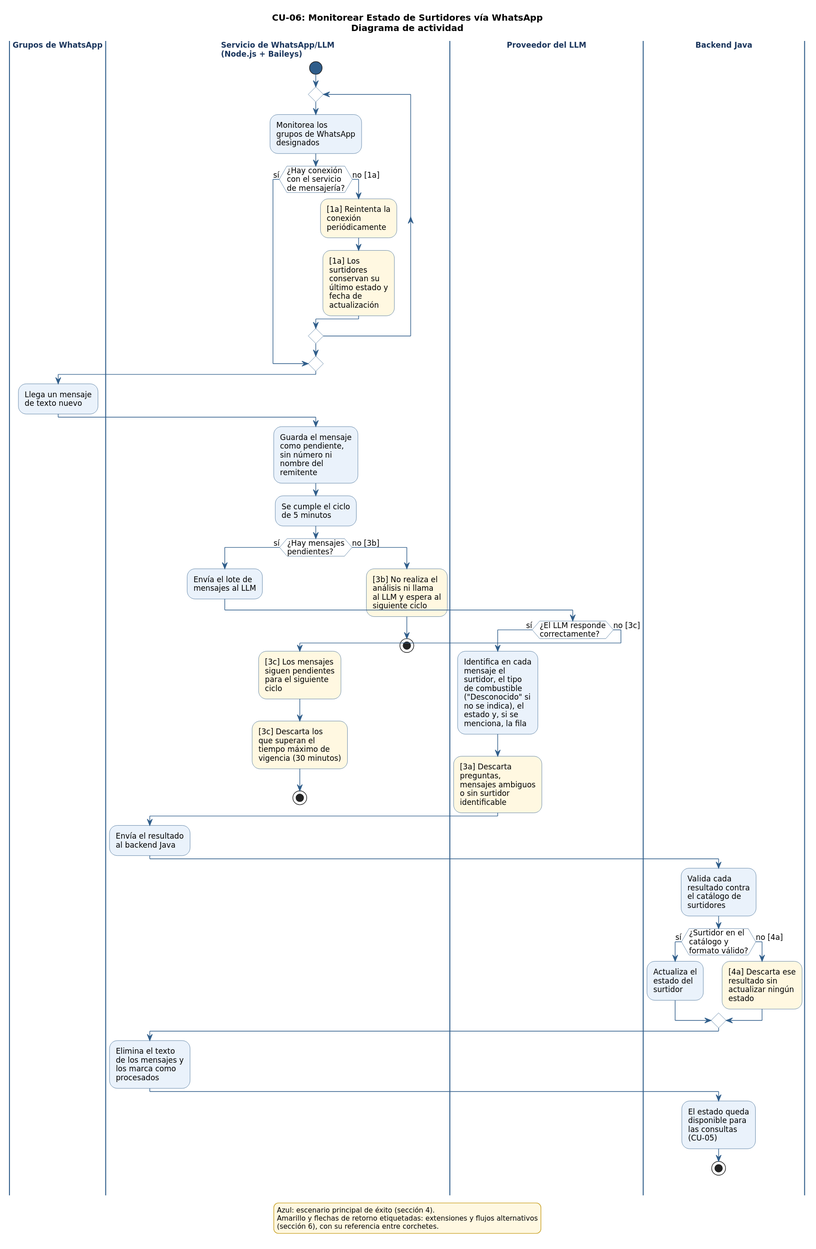
Before: 03_des/01_Diagramas_de_comportamiento/CU-06_MonitorearSurtidoresWhatsApp.svg, a diagram exported from PlantUML (uniWASD/ChuroViajeInterno).
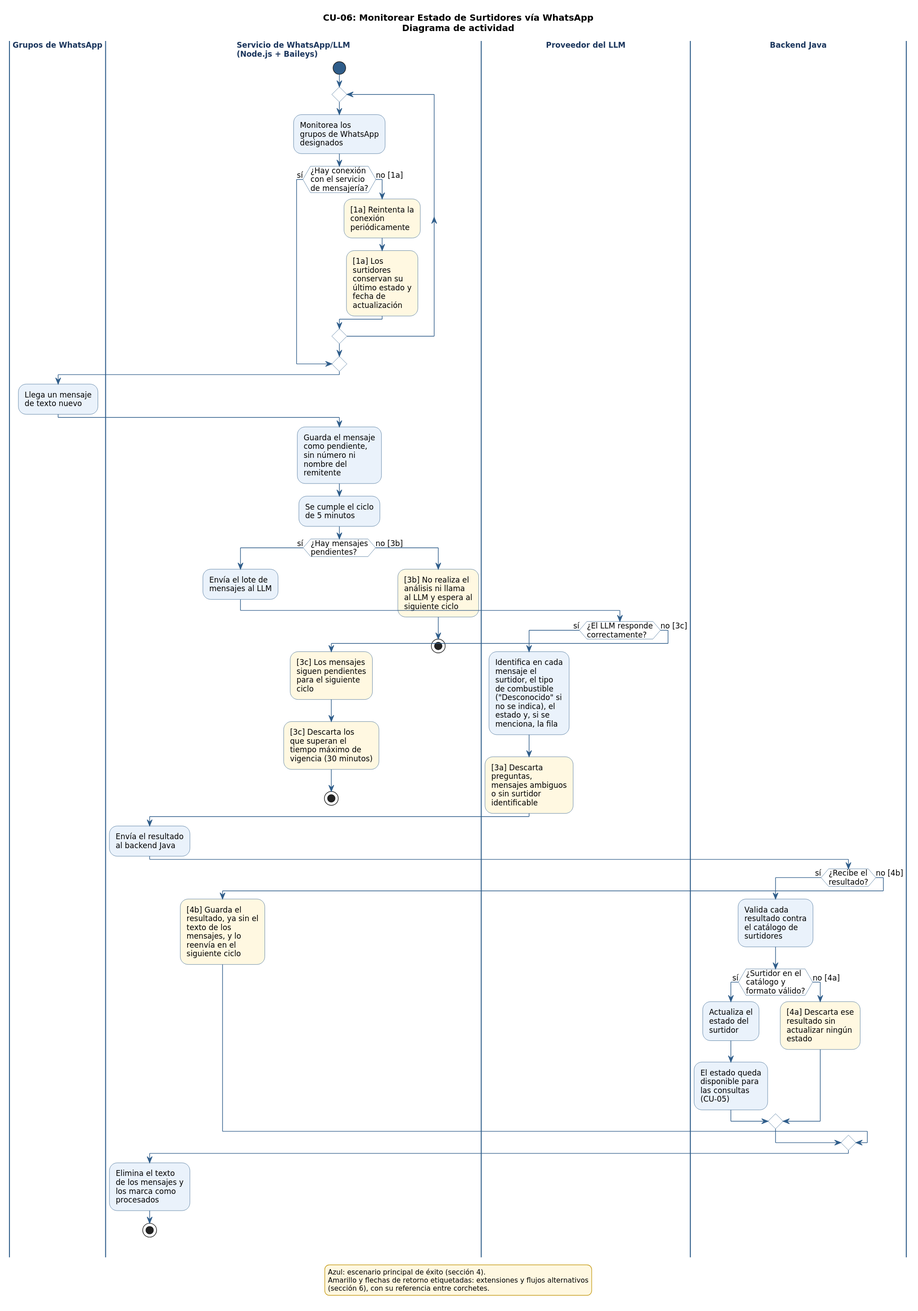
The same file after the commit.

Change to the diagram source:
```diff
@@ -80,30 +80,39 @@
     :Envía el resultado
 al backend Java;
     |Backend Java|
-    :Valida cada
+    if (¿Recibe el\nresultado?) then (sí)
+      :Valida cada
 resultado contra
 el catálogo de
 surtidores;
-    if (¿Surtidor en el\ncatálogo y\nformato válido?) then (sí)
-      :Actualiza el
+      if (¿Surtidor en el\ncatálogo y\nformato válido?) then (sí)
+        :Actualiza el
 estado del
 surtidor;
-    else (no [4a])
-      #FFF8E1:[4a] Descarta ese
+        :El estado queda
+disponible para
+las consultas
+(CU-05);
+      else (no [4a])
+        #FFF8E1:[4a] Descarta ese
 resultado sin
 actualizar ningún
 estado;
+      endif
+    else (no [4b])
+      |Servicio de WhatsApp/LLM\n(Node.js + Baileys)|
+      #FFF8E1:[4b] Guarda el
+resultado, ya sin el
+texto de los
+mensajes, y lo
+reenvía en el
+siguiente ciclo;
     endif
     |Servicio de WhatsApp/LLM\n(Node.js + Baileys)|
     :Elimina el texto
 de los mensajes y
 los marca como
 procesados;
-    |Backend Java|
-    :El estado queda
-disponible para
-las consultas
-(CU-05);
     stop
   else (no [3c])
     |Servicio de WhatsApp/LLM\n(Node.js + Baileys)|
```
